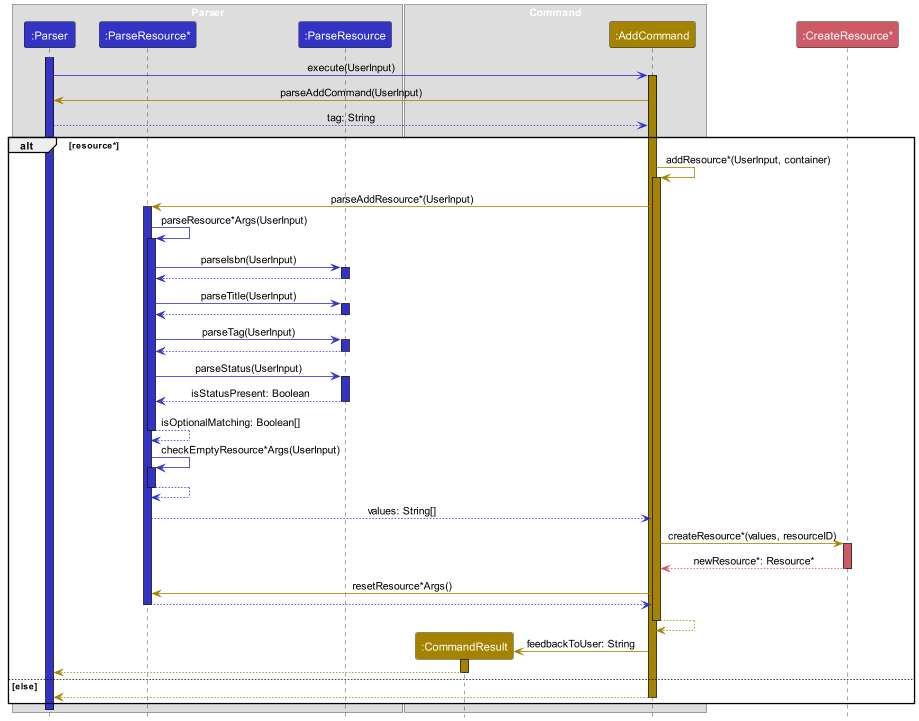
This is docs/images/AddSequenceDiagram.png from yingx9/tp, a PlantUML export, as it was before one commit.
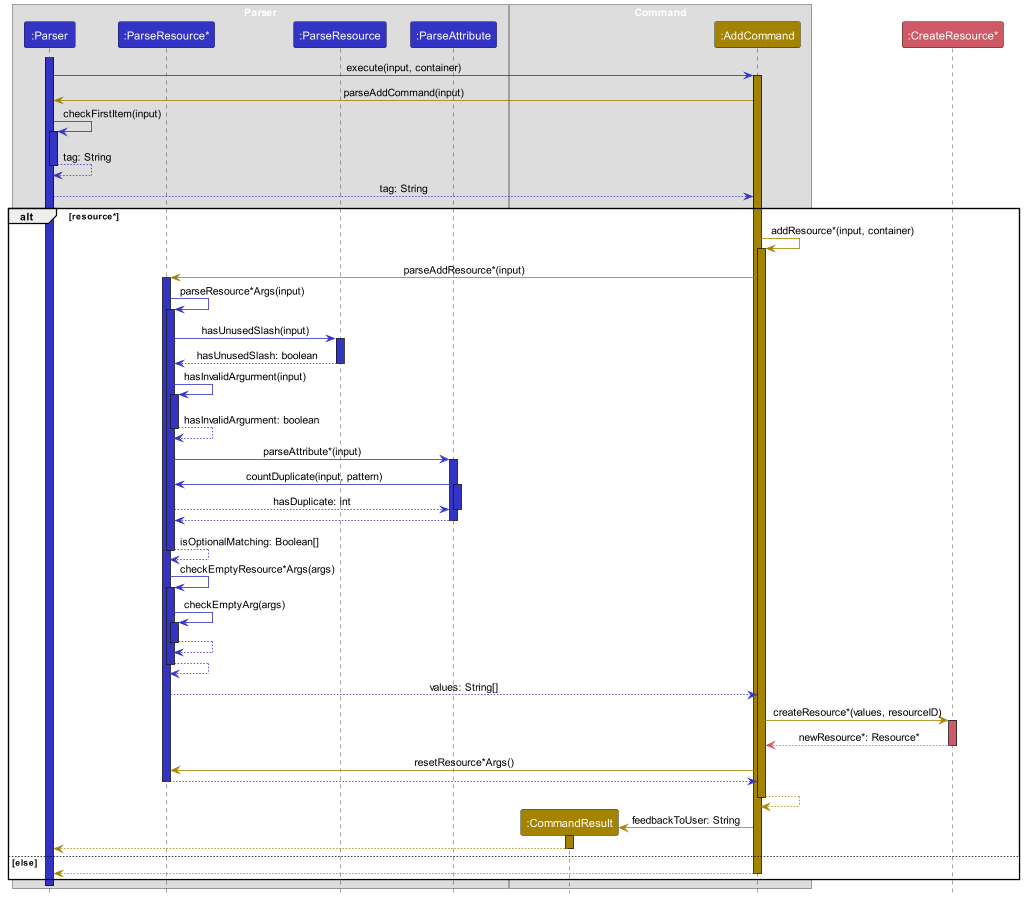
Above is the later version.

What changed in the source:
```diff
@@ -6,6 +6,7 @@
 participant ":Parser" as PARSER PARSER_COLOR
 participant ":ParseResource*" as PARSERESOURCE PARSER_COLOR
 participant ":ParseResource" as PARSE PARSER_COLOR
+participant ":ParseAttribute" as PARSEATTRIBUTE PARSER_COLOR
 end box
 
 box Command
@@ -16,47 +17,60 @@
 participant ":CreateResource*" as CREATE CREATE_COLOR
 
 activate PARSER PARSER_COLOR
-PARSER -[PARSER_COLOR]> ADDCOMMAND : execute(UserInput)
+PARSER -[PARSER_COLOR]> ADDCOMMAND : execute(input, container)
 activate ADDCOMMAND COMMAND_COLOR
 
-ADDCOMMAND -[COMMAND_COLOR]> PARSER : parseAddCommand(UserInput)
+ADDCOMMAND -[COMMAND_COLOR]> PARSER : parseAddCommand(input)
+
+PARSER -[PARSER_COLOR]> PARSER : checkFirstItem(input)
+activate PARSER PARSER_COLOR
+PARSER --[PARSER_COLOR]> PARSER : tag: String
+deactivate PARSER
+
 PARSER --[PARSER_COLOR]> ADDCOMMAND : tag: String
 
 alt resource*
-    ADDCOMMAND -[COMMAND_COLOR]> ADDCOMMAND : addResource*(UserInput, container)
+    ADDCOMMAND -[COMMAND_COLOR]> ADDCOMMAND : addResource*(input, container)
     activate ADDCOMMAND COMMAND_COLOR
 
-    ADDCOMMAND -[COMMAND_COLOR]> PARSERESOURCE : parseAddResource*(UserInput)
+    ADDCOMMAND -[COMMAND_COLOR]> PARSERESOURCE : parseAddResource*(input)
     activate PARSERESOURCE PARSER_COLOR
 
-    PARSERESOURCE -[PARSER_COLOR]> PARSERESOURCE : parseResource*Args(UserInput)
+    PARSERESOURCE -[PARSER_COLOR]> PARSERESOURCE : parseResource*Args(input)
     activate PARSERESOURCE PARSER_COLOR
 
-    PARSERESOURCE -[PARSER_COLOR]> PARSE : parseIsbn(UserInput)
+    PARSERESOURCE -[PARSER_COLOR]> PARSE : hasUnusedSlash(input)
     activate PARSE PARSER_COLOR
-    PARSE --[PARSER_COLOR]> PARSERESOURCE
+    PARSE --[PARSER_COLOR]> PARSERESOURCE : hasUnusedSlash: boolean
     deactivate PARSE
 
-    PARSERESOURCE -[PARSER_COLOR]> PARSE : parseTitle(UserInput)
-    activate PARSE PARSER_COLOR
-    PARSE --[PARSER_COLOR]> PARSERESOURCE
-    deactivate PARSE
+    PARSERESOURCE -[PARSER_COLOR]> PARSERESOURCE : hasInvalidArgurment(input)
+    activate PARSERESOURCE PARSER_COLOR
+    PARSERESOURCE --[PARSER_COLOR]> PARSERESOURCE : hasInvalidArgurment: boolean
+    deactivate PARSERESOURCE
 
-    PARSERESOURCE -[PARSER_COLOR]> PARSE : parseTag(UserInput)
-    activate PARSE PARSER_COLOR
-    PARSE --[PARSER_COLOR]> PARSERESOURCE
-    deactivate PARSE
+    PARSERESOURCE -[PARSER_COLOR]> PARSEATTRIBUTE : parseAttribute*(input)
+    activate PARSEATTRIBUTE PARSER_COLOR
 
-    PARSERESOURCE -[PARSER_COLOR]> PARSE : parseStatus(UserInput)
-    activate PARSE PARSER_COLOR
-    PARSE --[PARSER_COLOR]> PARSERESOURCE : isStatusPresent: Boolean
-    deactivate PARSE
+    PARSEATTRIBUTE -[PARSER_COLOR]> PARSERESOURCE : countDuplicate(input, pattern)
+    activate PARSEATTRIBUTE PARSER_COLOR
+    PARSERESOURCE --[PARSER_COLOR]> PARSEATTRIBUTE : hasDuplicate: int
+    deactivate PARSEATTRIBUTE
+
+    PARSEATTRIBUTE --[PARSER_COLOR]> PARSERESOURCE
+    deactivate PARSEATTRIBUTE
 
     PARSERESOURCE --[PARSER_COLOR]> PARSERESOURCE : isOptionalMatching: Boolean[]
     deactivate PARSERESOURCE
 
-    PARSERESOURCE -[PARSER_COLOR]> PARSERESOURCE : checkEmptyResource*Args(UserInput)
+    PARSERESOURCE -[PARSER_COLOR]> PARSERESOURCE : checkEmptyResource*Args(args)
     activate PARSERESOURCE PARSER_COLOR
+
+    PARSERESOURCE -[PARSER_COLOR]> PARSERESOURCE : checkEmptyArg(args)
+    activate PARSERESOURCE PARSER_COLOR
+    PARSERESOURCE --[PARSER_COLOR]> PARSERESOURCE
+    deactivate PARSERESOURCE
+
     PARSERESOURCE --[PARSER_COLOR]> PARSERESOURCE
     deactivate PARSERESOURCE
 
```
